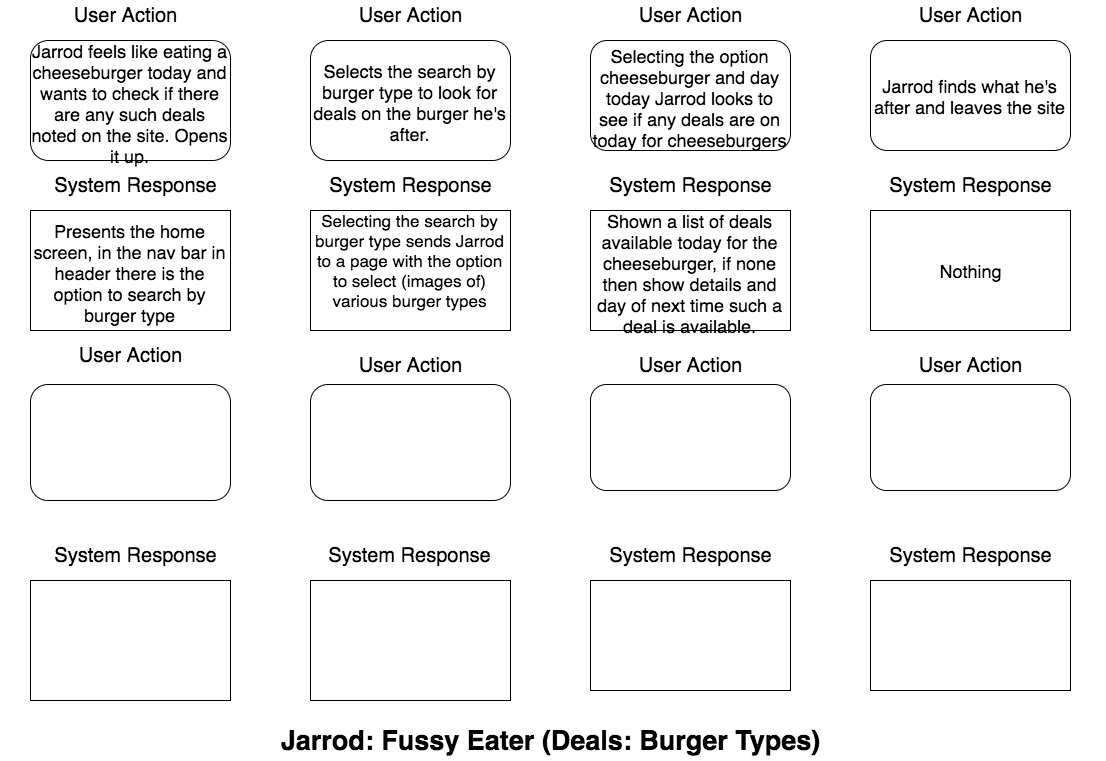
Before: planning/user_journey_view_burger_type_deals.png, a diagram exported from draw.io (dinhosang/cc_project_1_burger_deals). Source tidied: cells renumbered, new cells last; positions are measured from the earlier drawing's top-left corner, leaving out a move shared by most shapes.
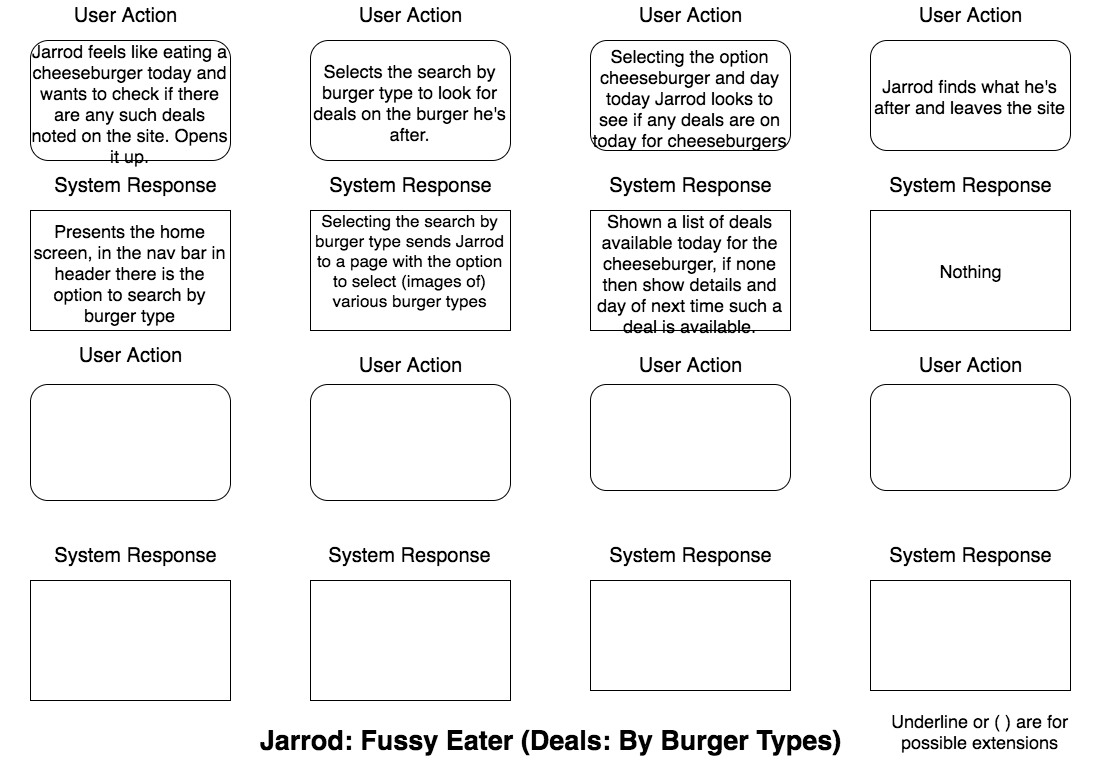
Above is the later version.

The edit, as a diff of the source:
```diff
@@ -98,8 +98,11 @@
     <mxCell id="33" value="&lt;font style=&quot;font-size: 20px&quot;&gt;User Action&lt;/font&gt;" style="text;html=1;strokeColor=none;fillColor=none;align=center;verticalAlign=middle;whiteSpace=wrap;rounded=0;" parent="1" vertex="1">
       <mxGeometry x="595" width="190" height="30" as="geometry" />
     </mxCell>
-    <mxCell id="34" value="&lt;font style=&quot;font-size: 27px&quot;&gt;&lt;b&gt;Jarrod: Fussy Eater (Deals: Burger Types)&lt;/b&gt;&lt;/font&gt;" style="text;html=1;strokeColor=none;fillColor=none;align=center;verticalAlign=middle;whiteSpace=wrap;rounded=0;" parent="1" vertex="1">
+    <mxCell id="34" value="&lt;font style=&quot;font-size: 27px&quot;&gt;&lt;b&gt;Jarrod: Fussy Eater (Deals: By Burger Types)&lt;/b&gt;&lt;/font&gt;" style="text;html=1;strokeColor=none;fillColor=none;align=center;verticalAlign=middle;whiteSpace=wrap;rounded=0;" parent="1" vertex="1">
       <mxGeometry x="250" y="720" width="600" height="40" as="geometry" />
     </mxCell>
+    <mxCell id="35" value="&lt;font style=&quot;font-size: 18px&quot;&gt;Underline or ( ) are for possible extensions&lt;/font&gt;" style="text;html=1;strokeColor=none;fillColor=none;align=center;verticalAlign=middle;whiteSpace=wrap;rounded=0;" parent="1" vertex="1">
+      <mxGeometry x="870" y="710" width="220" height="40" as="geometry" />
+    </mxCell>
   </root>
 </mxGraphModel>
```
